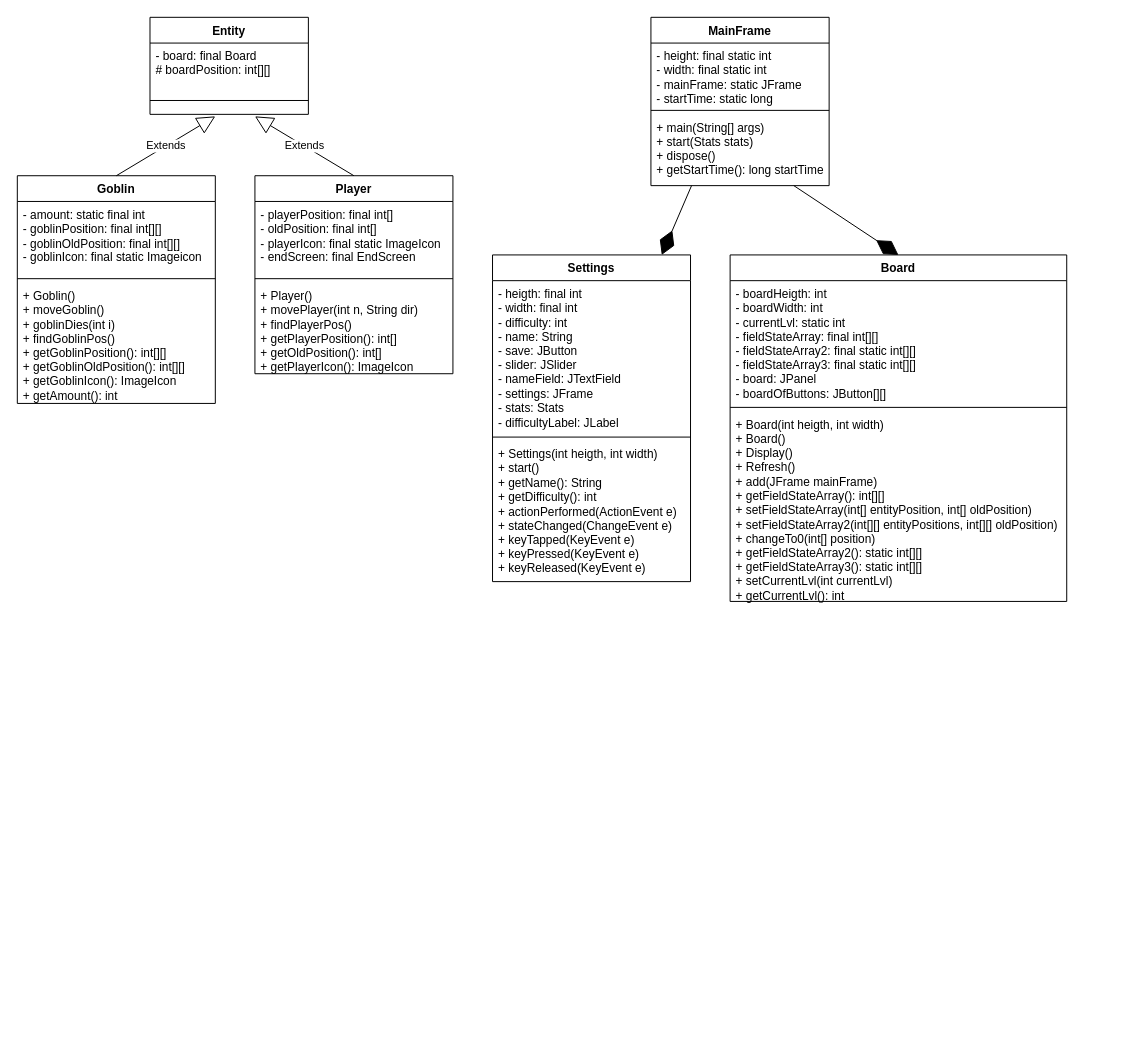
Earlier version of the draw.io diagram Untitled Diagram.drawio (jacob-w4/Java-simple-game). Source tidied: cells renumbered, new cells numbered last; positions are measured from the earlier drawing's top-left corner, leaving out a move shared by most shapes. Both pictures are drawn from the tidied source at 99%, with x=0, y=0 at pixel (17, 17).
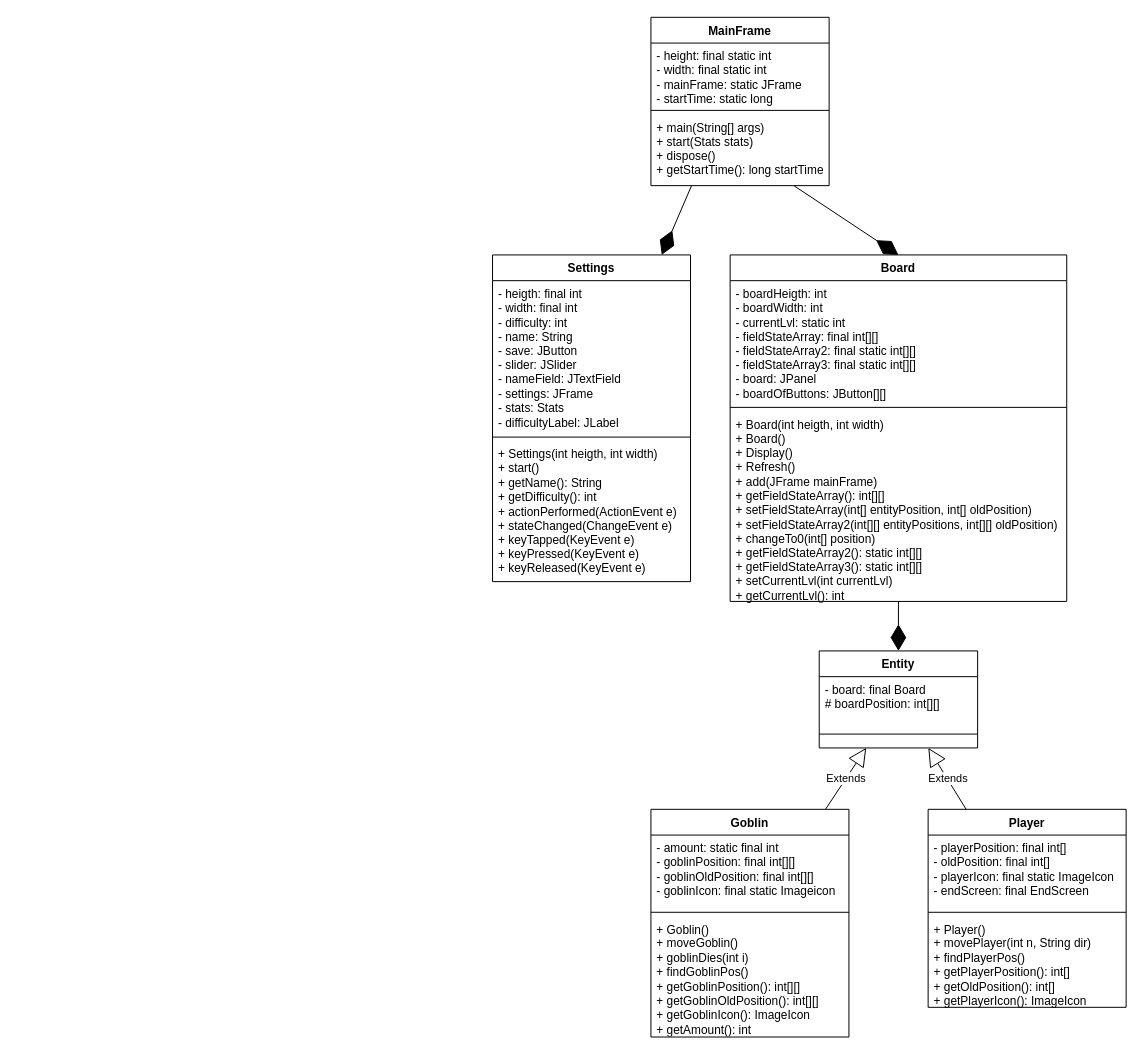
Above is the later version.

The change refers to these unchanged cells:
```xml
<mxCell id="26" value="+&amp;nbsp;Board(int heigth, int width)&lt;br&gt;+ Board()&lt;br&gt;+ Display()&lt;br&gt;+ Refresh()&lt;br&gt;+ add(JFrame mainFrame)&lt;br&gt;+ getFieldStateArray(): int[][]&lt;br&gt;+ setFieldStateArray(int[] entityPosition, int[] oldPosition)&lt;br&gt;+ setFieldStateArray2(int[][] entityPositions, int[][] oldPosition)&lt;br&gt;+ changeTo0(int[] position)&lt;br&gt;+ getFieldStateArray2(): static int[][]&lt;br&gt;+ getFieldStateArray3(): static int[][]&lt;br&gt;+ setCurrentLvl(int currentLvl)&lt;br&gt;+ getCurrentLvl(): int" style="text;strokeColor=none;fillColor=none;align=left;verticalAlign=top;spacingLeft=4;spacingRight=4;overflow=hidden;points=[[0,0.5],[1,0.5]];portConstraint=eastwest;whiteSpace=wrap;html=1;" parent="23" vertex="1">
  <mxGeometry y="158" width="340" height="192" as="geometry" />
</mxCell>
```

The edit, as a diff of the source:
```diff
@@
     <mxCell id="2" value="Entity" style="swimlane;fontStyle=1;align=center;verticalAlign=top;horizontal=1;startSize=26;whiteSpace=wrap;html=1;" parent="1" vertex="1">
-      <mxGeometry x="134" width="160" height="98" as="geometry" />
+      <mxGeometry x="810" y="640" width="160" height="98" as="geometry" />
     </mxCell>
@@
     <mxCell id="5" value="Goblin" style="swimlane;fontStyle=1;align=center;verticalAlign=top;horizontal=1;startSize=26;whiteSpace=wrap;html=1;" parent="1" vertex="1">
-      <mxGeometry y="160" width="200" height="230" as="geometry" />
+      <mxGeometry x="640" y="800" width="200" height="230" as="geometry" />
     </mxCell>
@@
-    <mxCell id="9" value="Extends" style="endArrow=block;endSize=16;endFill=0;html=1;rounded=0;exitX=0.5;exitY=0;exitDx=0;exitDy=0;" parent="1" edge="1" source="5">
-      <mxGeometry relative="1" as="geometry">
-        <mxPoint x="200" y="100" as="targetPoint" />
-      </mxGeometry>
-    </mxCell>
     <mxCell id="10" value="Player" style="swimlane;fontStyle=1;align=center;verticalAlign=top;horizontal=1;startSize=26;whiteSpace=wrap;html=1;" parent="1" vertex="1">
-      <mxGeometry x="240" y="160" width="200" height="200" as="geometry" />
+      <mxGeometry x="920" y="800" width="200" height="200" as="geometry" />
     </mxCell>
@@
-    <mxCell id="14" value="Extends" style="endArrow=block;endSize=16;endFill=0;html=1;rounded=0;exitX=0.5;exitY=0;exitDx=0;exitDy=0;" parent="1" edge="1" source="10">
-      <mxGeometry relative="1" as="geometry">
-        <mxPoint x="240" y="100" as="targetPoint" />
-      </mxGeometry>
-    </mxCell>
@@
+    <mxCell id="29" style="endArrow=diamondThin;endFill=1;endSize=24;html=1;rounded=0;" parent="1" edge="1" source="26" target="2">
+      <mxGeometry relative="1" as="geometry" />
+    </mxCell>
+    <mxCell id="30" value="Extends" style="endArrow=block;endSize=16;endFill=0;html=1;rounded=0;" parent="1" edge="1" source="5" target="2">
+      <mxGeometry relative="1" as="geometry" />
+    </mxCell>
+    <mxCell id="31" value="Extends" style="endArrow=block;endSize=16;endFill=0;html=1;rounded=0;" parent="1" edge="1" source="10" target="2">
+      <mxGeometry relative="1" as="geometry" />
+    </mxCell>
```
